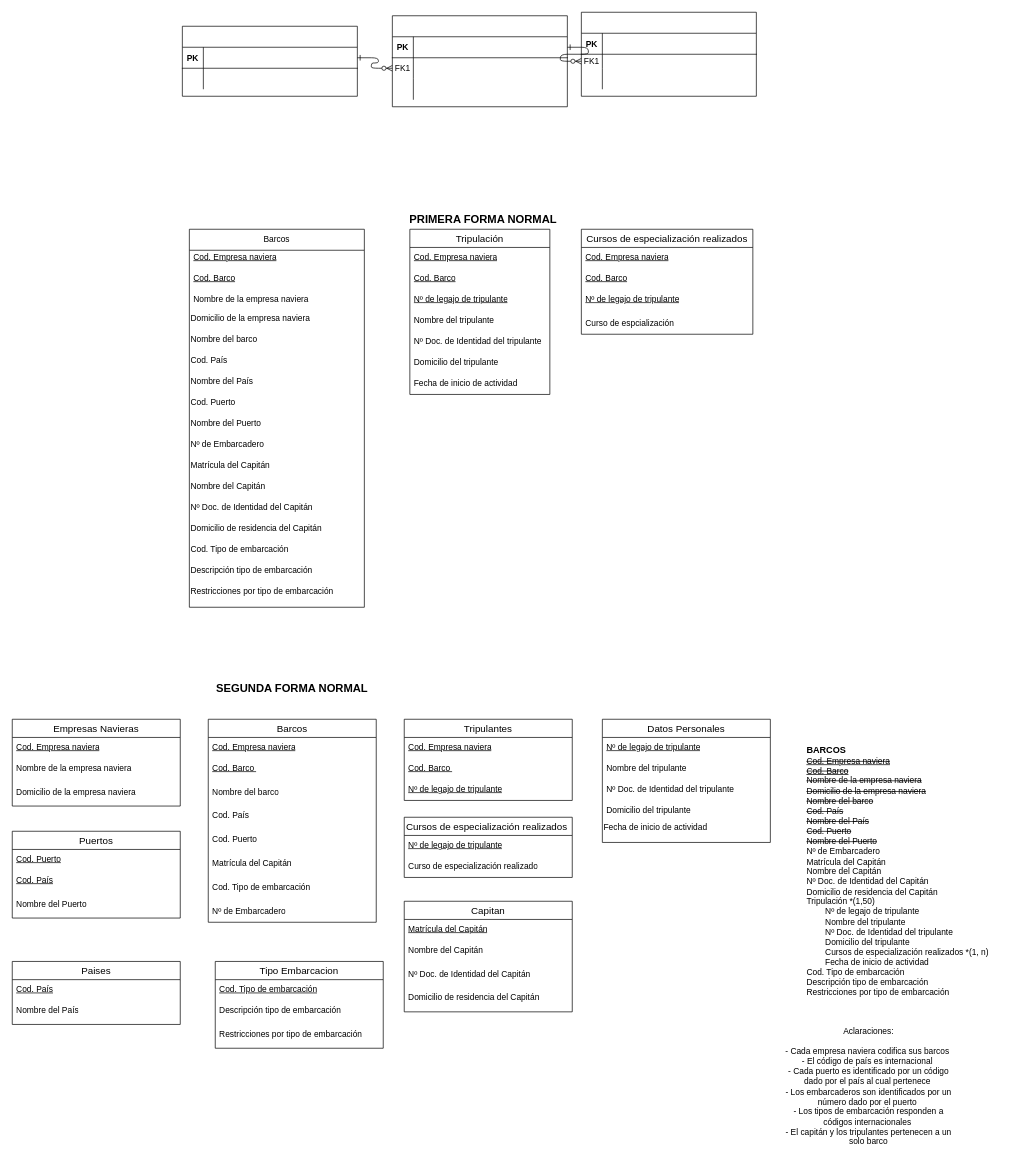
Jose-AA/TP-Barcos-Dise-o-y-Administracion-de-bd-Grupo-11 keeps this draw.io diagram as Diagrama-de-Entidad-de-Relaciones.drawio. Above is the earlier version. Source tidied: cells renumbered, new cells numbered last; positions are measured from the earlier drawing's top-left corner, leaving out a move shared by most shapes. Both pictures are drawn from the tidied source at 70%, with x=0, y=0 at pixel (12, 12).
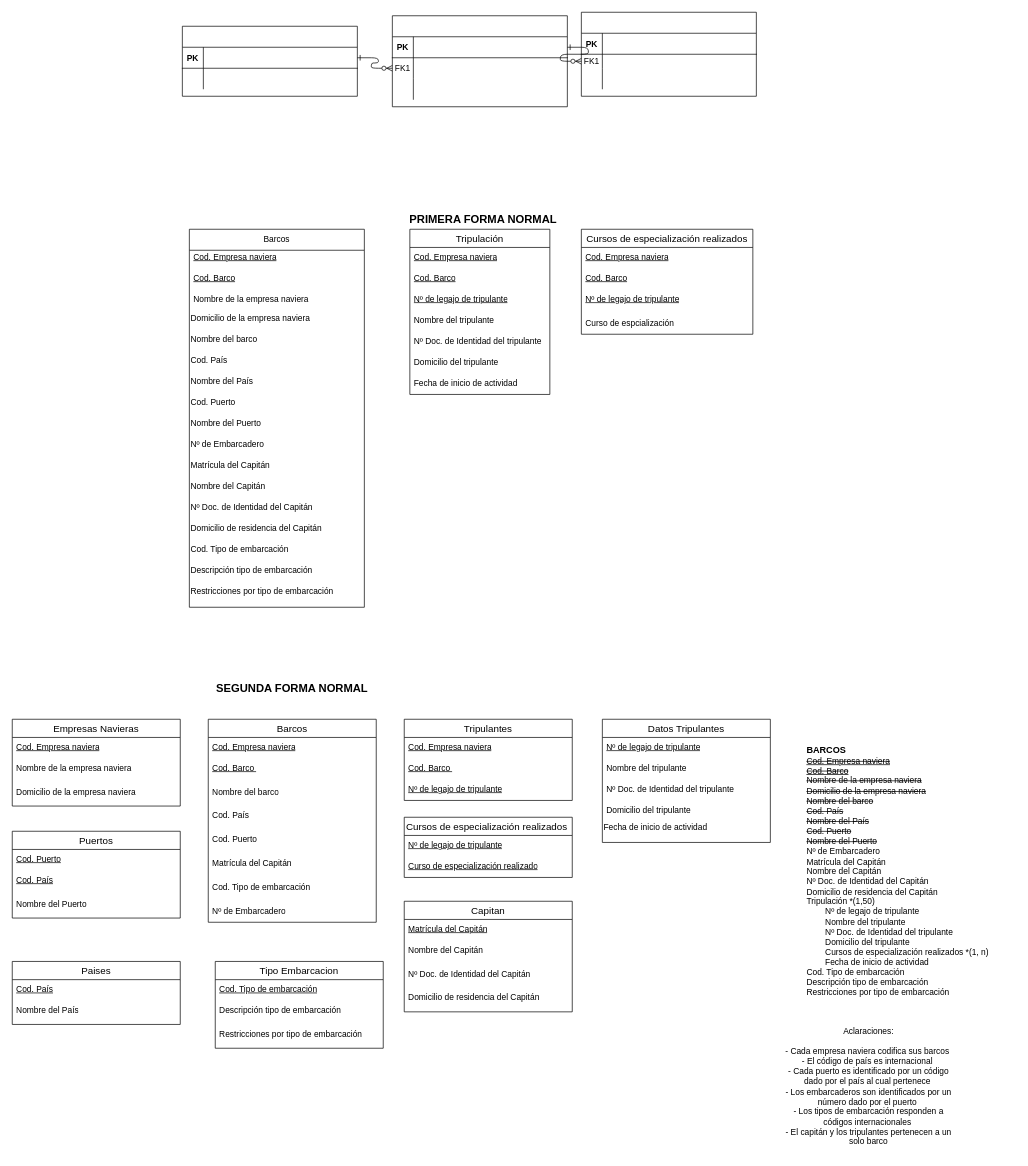
The same page after the edit.

Commit message:
Cambios en tablas de 2FN

Unchanged cells that the change refers to:
```xml
<mxCell id="47" value="&#9;Cursos de especialización realizados " style="swimlane;fontStyle=0;horizontal=1;startSize=26;align=center;fontSize=14;" parent="1" vertex="1">
  <mxGeometry x="560" y="1150" width="240" height="86" as="geometry" />
</mxCell>
```

What changed in the source:
```diff
@@
-    <mxCell id="49" value="Curso de especialización realizado" style="text;strokeColor=none;fillColor=none;spacingLeft=4;spacingRight=4;overflow=hidden;fontSize=12;whiteSpace=wrap;html=1;" parent="47" vertex="1">
+    <mxCell id="49" value="&lt;u&gt;Curso de especialización realizado&lt;/u&gt;" style="text;strokeColor=none;fillColor=none;spacingLeft=4;spacingRight=4;overflow=hidden;fontSize=12;whiteSpace=wrap;html=1;" parent="47" vertex="1">
       <mxGeometry y="56" width="240" height="30" as="geometry" />
     </mxCell>
@@
-    <mxCell id="102" value="Datos Personales" style="swimlane;fontStyle=0;horizontal=1;startSize=26;align=center;fontSize=14;" parent="1" vertex="1">
+    <mxCell id="102" value="Datos Tripulantes" style="swimlane;fontStyle=0;horizontal=1;startSize=26;align=center;fontSize=14;" parent="1" vertex="1">
       <mxGeometry x="843" y="1010" width="240" height="176" as="geometry" />
     </mxCell>
```
